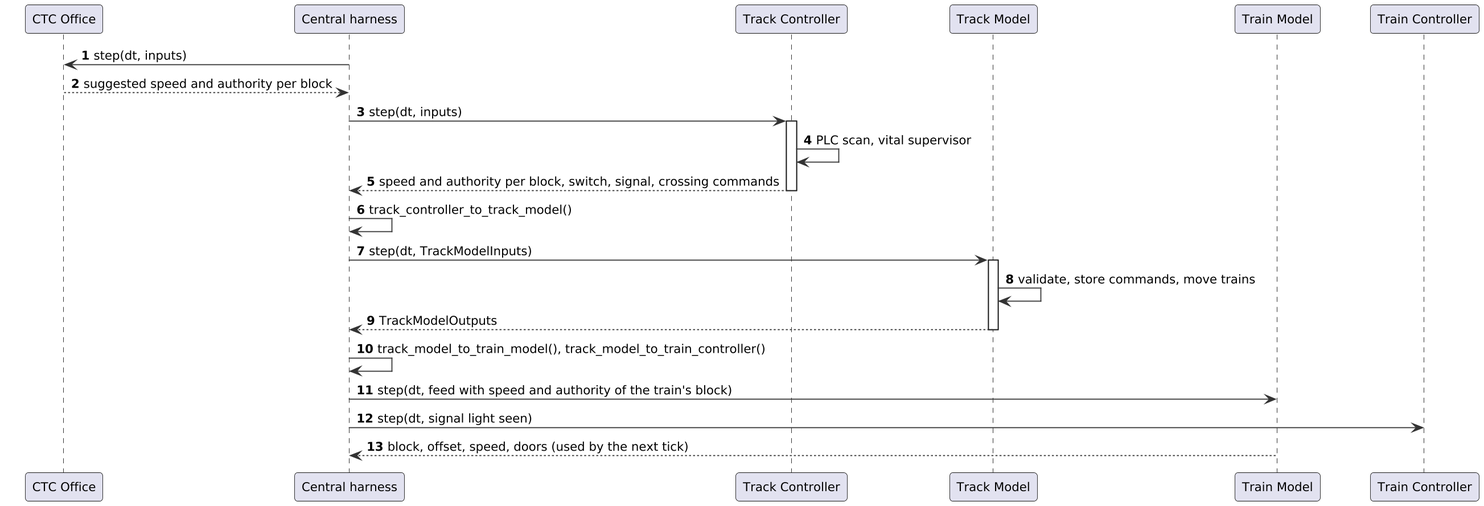
Earlier version of the PlantUML export documents/uml/track_model/18_seq_authority.png (Landiss04/Track-Overflow). The source it was exported from:
```plantuml
@startuml
skinparam shadowing false
skinparam dpi 170
skinparam defaultFontName DejaVu Sans
skinparam defaultFontSize 12
skinparam roundCorner 6
skinparam ArrowColor #333333
skinparam BackgroundColor white
skinparam sequenceMessageAlign left
skinparam ParticipantPadding 20
autonumber
participant "CTC Office" as CTC
participant "Central harness" as H
participant "Track Controller" as TC
participant "Track Model" as TM
participant "Train Model" as TRM
participant "Train Controller" as TrC
H -> CTC : step(dt, inputs)
CTC --> H : suggested speed and authority per block
H -> TC : step(dt, inputs)
activate TC
TC -> TC : PLC scan, vital supervisor
TC --> H : speed and authority per block, switch, signal, crossing commands
deactivate TC
H -> H : track_controller_to_track_model()
H -> TM : step(dt, TrackModelInputs)
activate TM
TM -> TM : validate, store commands, move trains
TM --> H : TrackModelOutputs
deactivate TM
H -> H : track_model_to_train_model(), track_model_to_train_controller()
H -> TRM : step(dt, feed with speed and authority of the train's block)
H -> TrC : step(dt, signal light seen)
TRM --> H : block, offset, speed, doors (used by the next tick)
@enduml
```
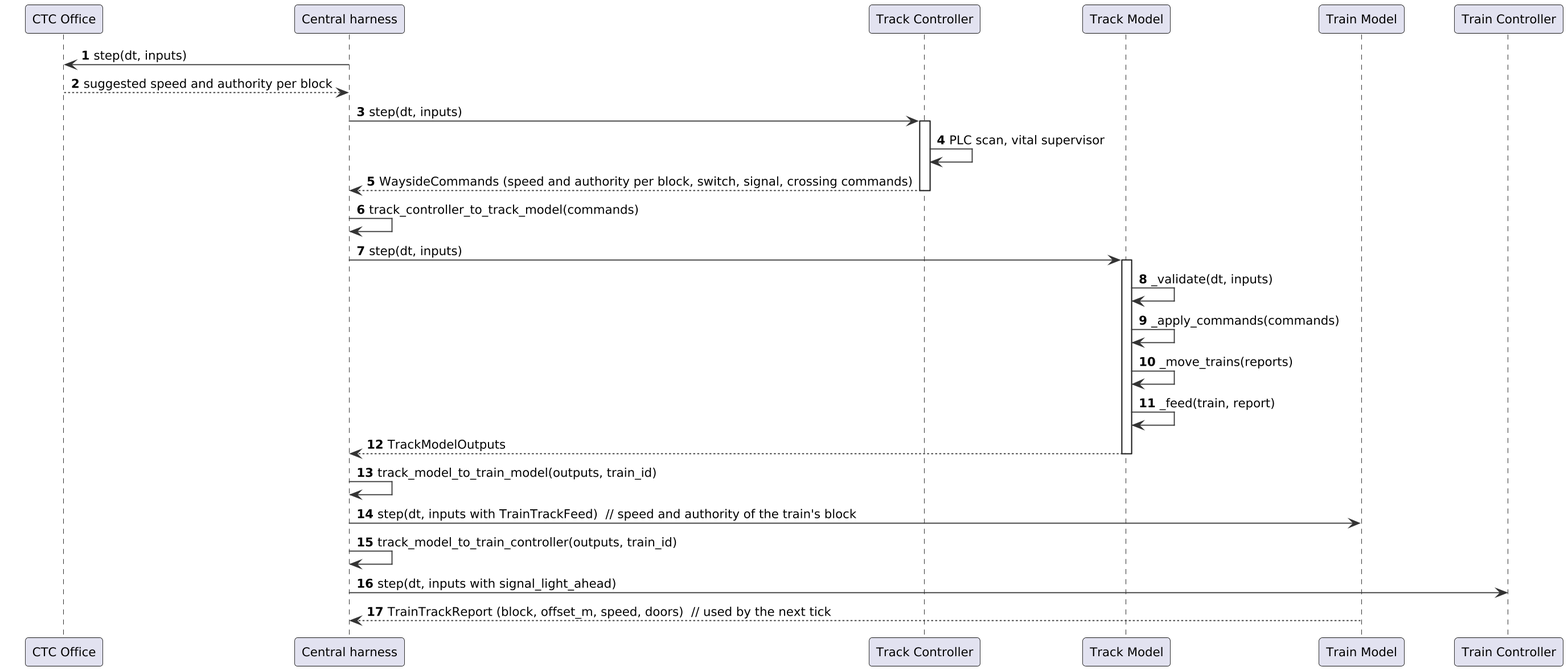
The same diagram one commit later.

Diff of the diagram source:
```diff
@@ -20,16 +20,20 @@
 H -> TC : step(dt, inputs)
 activate TC
 TC -> TC : PLC scan, vital supervisor
-TC --> H : speed and authority per block, switch, signal, crossing commands
+TC --> H : WaysideCommands (speed and authority per block, switch, signal, crossing commands)
 deactivate TC
-H -> H : track_controller_to_track_model()
-H -> TM : step(dt, TrackModelInputs)
+H -> H : track_controller_to_track_model(commands)
+H -> TM : step(dt, inputs)
 activate TM
-TM -> TM : validate, store commands, move trains
+TM -> TM : _validate(dt, inputs)
+TM -> TM : _apply_commands(commands)
+TM -> TM : _move_trains(reports)
+TM -> TM : _feed(train, report)
 TM --> H : TrackModelOutputs
 deactivate TM
-H -> H : track_model_to_train_model(), track_model_to_train_controller()
-H -> TRM : step(dt, feed with speed and authority of the train's block)
-H -> TrC : step(dt, signal light seen)
-TRM --> H : block, offset, speed, doors (used by the next tick)
+H -> H : track_model_to_train_model(outputs, train_id)
+H -> TRM : step(dt, inputs with TrainTrackFeed)  // speed and authority of the train's block
+H -> H : track_model_to_train_controller(outputs, train_id)
+H -> TrC : step(dt, inputs with signal_light_ahead)
+TRM --> H : TrainTrackReport (block, offset_m, speed, doors)  // used by the next tick
 @enduml
```
